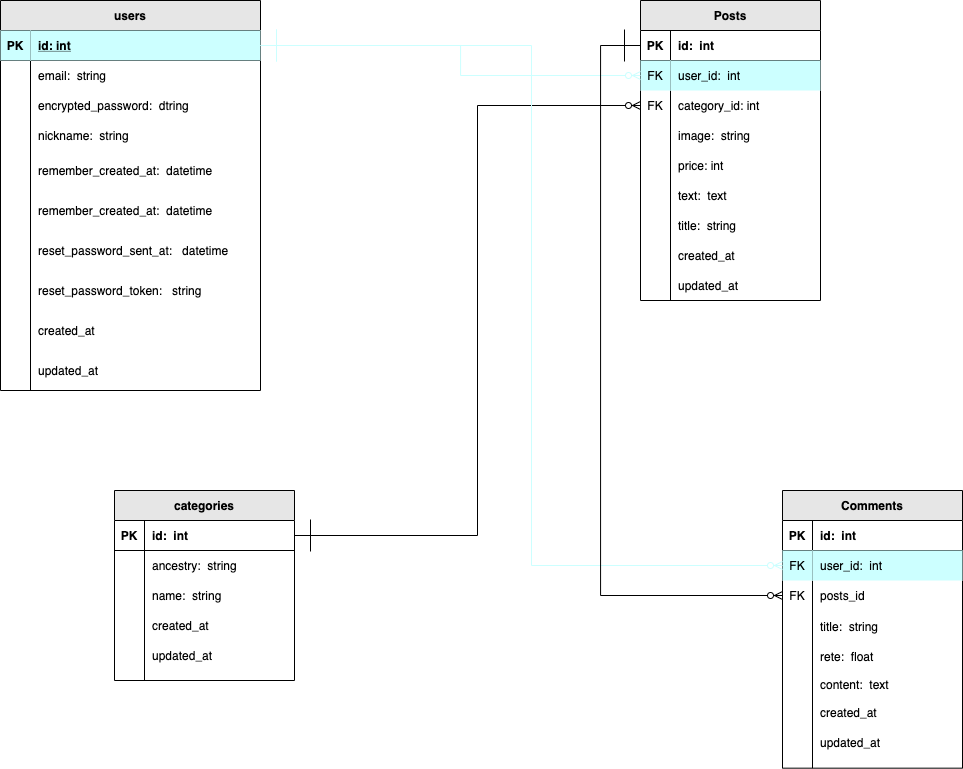
Before: public/Database.png, a diagram exported from draw.io (rotosiri-zu/pcparts). Source tidied: cells renumbered, new cells last; positions are measured from the earlier drawing's top-left corner, leaving out a move shared by most shapes.
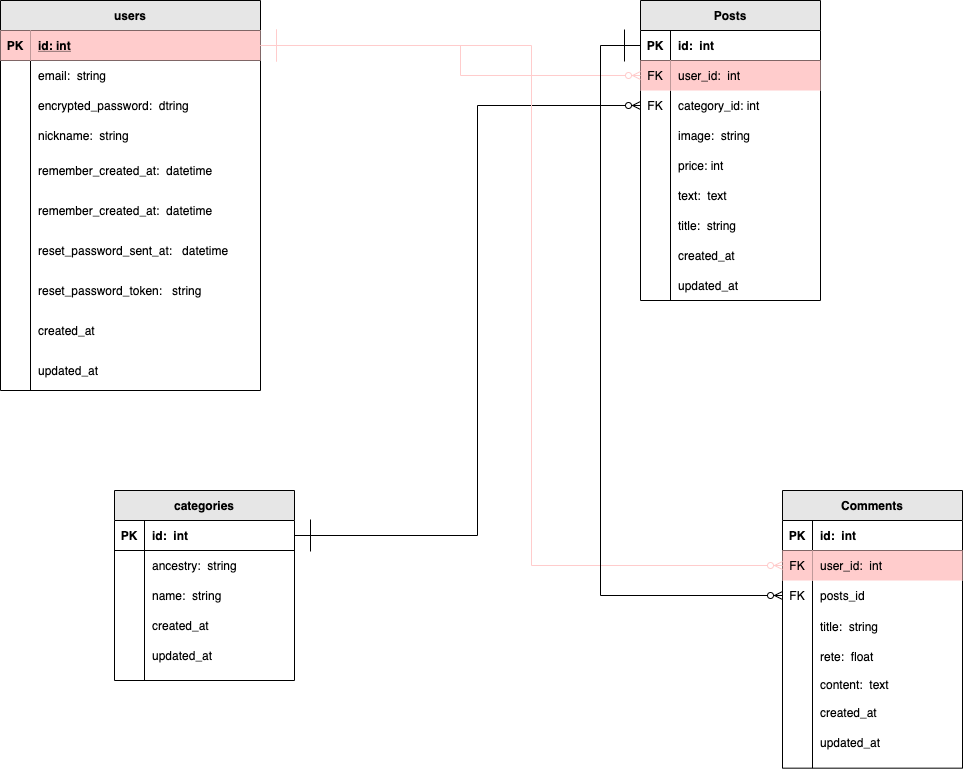
The same file after the commit.

What changed in the source:
```diff
@@ -8,10 +8,10 @@
     <mxCell id="3" style="shape=partialRectangle;top=0;left=0;bottom=1;right=0;points=[[0,0.5],[1,0.5]];portConstraint=eastwest;labelBackgroundColor=#ffffff;strokeColor=#000000;fillColor=none;" parent="2" vertex="1">
       <mxGeometry y="30" width="260" height="30" as="geometry" />
     </mxCell>
-    <mxCell id="4" value="PK" style="shape=partialRectangle;top=0;left=0;bottom=0;right=0;fontStyle=1;overflow=hidden;strokeColor=#000000;fontColor=#000000;sketch=0;strokeWidth=1;fillColor=#CCFFFF;" parent="3" vertex="1">
+    <mxCell id="4" value="PK" style="shape=partialRectangle;top=0;left=0;bottom=0;right=0;fontStyle=1;overflow=hidden;strokeColor=#000000;fontColor=#000000;sketch=0;strokeWidth=1;fillColor=#FFCCCC;" parent="3" vertex="1">
       <mxGeometry width="30" height="30" as="geometry" />
     </mxCell>
-    <mxCell id="5" value="id: int" style="shape=partialRectangle;top=0;left=0;bottom=0;right=0;align=left;spacingLeft=6;fontStyle=5;overflow=hidden;fontColor=#000000;spacingBottom=0;labelBorderColor=none;labelBackgroundColor=none;strokeColor=#000000;fillColor=#CCFFFF;" parent="3" vertex="1">
+    <mxCell id="5" value="id: int" style="shape=partialRectangle;top=0;left=0;bottom=0;right=0;align=left;spacingLeft=6;fontStyle=5;overflow=hidden;fontColor=#000000;spacingBottom=0;labelBorderColor=none;labelBackgroundColor=none;strokeColor=#000000;fillColor=#FFCCCC;" parent="3" vertex="1">
       <mxGeometry x="30" width="230" height="30" as="geometry" />
     </mxCell>
     <mxCell id="6" style="shape=partialRectangle;fillColor=none;top=0;left=0;bottom=0;right=0;strokeColor=#000000;" parent="2" vertex="1">
@@ -110,10 +110,10 @@
     <mxCell id="37" style="shape=partialRectangle;fillColor=none;top=0;left=0;bottom=0;right=0;points=[[0,0.5],[1,0.5]];portConstraint=eastwest;strokeColor=#000000;" parent="33" vertex="1">
       <mxGeometry y="60" width="180" height="30" as="geometry" />
     </mxCell>
-    <mxCell id="38" value="FK" style="shape=partialRectangle;top=0;left=0;bottom=0;right=0;overflow=hidden;strokeColor=#000000;fontColor=#000000;fillColor=#CCFFFF;" parent="37" vertex="1">
+    <mxCell id="38" value="FK" style="shape=partialRectangle;top=0;left=0;bottom=0;right=0;overflow=hidden;strokeColor=#000000;fontColor=#000000;fillColor=#FFCCCC;" parent="37" vertex="1">
       <mxGeometry width="30" height="30" as="geometry" />
     </mxCell>
-    <mxCell id="39" value="user_id:  int" style="shape=partialRectangle;top=0;left=0;bottom=0;right=0;align=left;spacingLeft=6;overflow=hidden;strokeColor=#000000;fontColor=#000000;labelBackgroundColor=none;fillColor=#CCFFFF;" parent="37" vertex="1">
+    <mxCell id="39" value="user_id:  int" style="shape=partialRectangle;top=0;left=0;bottom=0;right=0;align=left;spacingLeft=6;overflow=hidden;strokeColor=#000000;fontColor=#000000;labelBackgroundColor=none;fillColor=#FFCCCC;" parent="37" vertex="1">
       <mxGeometry x="30" width="150" height="30" as="geometry" />
     </mxCell>
     <mxCell id="40" style="shape=partialRectangle;fillColor=none;top=0;left=0;bottom=0;right=0;points=[[0,0.5],[1,0.5]];portConstraint=eastwest;strokeColor=#000000;" parent="33" vertex="1">
@@ -179,7 +179,7 @@
     <mxCell id="60" value="updated_at" style="shape=partialRectangle;fillColor=none;top=0;left=0;bottom=0;right=0;align=left;spacingLeft=6;overflow=hidden;fontColor=#000000;" parent="58" vertex="1">
       <mxGeometry x="30" width="150" height="30" as="geometry" />
     </mxCell>
-    <mxCell id="61" style="edgeStyle=orthogonalEdgeStyle;rounded=0;jettySize=auto;html=1;exitX=1;exitY=0.5;exitDx=0;exitDy=0;entryX=0;entryY=0.5;entryDx=0;entryDy=0;startSize=30;fontColor=#000000;startArrow=ERone;startFill=0;endArrow=ERzeroToMany;endFill=1;strokeColor=#CCFFFF;" parent="1" edge="1" source="3" target="37">
+    <mxCell id="61" style="edgeStyle=orthogonalEdgeStyle;rounded=0;jettySize=auto;html=1;exitX=1;exitY=0.5;exitDx=0;exitDy=0;entryX=0;entryY=0.5;entryDx=0;entryDy=0;startSize=30;fontColor=#000000;startArrow=ERone;startFill=0;endArrow=ERzeroToMany;endFill=1;strokeColor=#FFCCCC;" parent="1" edge="1" source="3" target="37">
       <mxGeometry relative="1" as="geometry" />
     </mxCell>
     <mxCell id="62" value="Comments" style="shape=table;startSize=30;rowLines=0;fontStyle=1;align=center;labelBackgroundColor=none;strokeColor=#000000;gradientColor=none;fontColor=#000000;fillColor=#E6E6E6;rounded=0;shadow=0;comic=0;sketch=0;jiggle=1;swimlaneFillColor=#ffffff;" parent="1" vertex="1">
@@ -197,10 +197,10 @@
     <mxCell id="66" style="shape=partialRectangle;fillColor=none;top=0;left=0;bottom=0;right=0;points=[[0,0.5],[1,0.5]];portConstraint=eastwest;strokeColor=#000000;" parent="62" vertex="1">
       <mxGeometry y="60" width="180" height="30" as="geometry" />
     </mxCell>
-    <mxCell id="67" value="FK" style="shape=partialRectangle;top=0;left=0;bottom=0;right=0;overflow=hidden;strokeColor=#000000;fontColor=#000000;fillColor=#CCFFFF;" parent="66" vertex="1">
+    <mxCell id="67" value="FK" style="shape=partialRectangle;top=0;left=0;bottom=0;right=0;overflow=hidden;strokeColor=#000000;fontColor=#000000;fillColor=#FFCCCC;" parent="66" vertex="1">
       <mxGeometry width="30" height="30" as="geometry" />
     </mxCell>
-    <mxCell id="68" value="user_id:  int" style="shape=partialRectangle;top=0;left=0;bottom=0;right=0;align=left;spacingLeft=6;overflow=hidden;strokeColor=#000000;fontColor=#000000;labelBackgroundColor=none;fillColor=#CCFFFF;" parent="66" vertex="1">
+    <mxCell id="68" value="user_id:  int" style="shape=partialRectangle;top=0;left=0;bottom=0;right=0;align=left;spacingLeft=6;overflow=hidden;strokeColor=#000000;fontColor=#000000;labelBackgroundColor=none;fillColor=#FFCCCC;" parent="66" vertex="1">
       <mxGeometry x="30" width="150" height="30" as="geometry" />
     </mxCell>
     <mxCell id="69" style="shape=partialRectangle;fillColor=none;top=0;left=0;bottom=0;right=0;points=[[0,0.5],[1,0.5]];portConstraint=eastwest;strokeColor=#000000;" parent="62" vertex="1">
@@ -308,7 +308,7 @@
     <mxCell id="103" style="edgeStyle=orthogonalEdgeStyle;rounded=0;jettySize=auto;html=1;entryX=0;entryY=0.5;entryDx=0;entryDy=0;startArrow=ERone;startFill=0;startSize=30;endArrow=ERzeroToMany;endFill=1;strokeColor=#000000;fontColor=#000000;" parent="1" edge="1" source="88" target="40">
       <mxGeometry relative="1" as="geometry" />
     </mxCell>
-    <mxCell id="104" style="edgeStyle=orthogonalEdgeStyle;rounded=0;jettySize=auto;html=1;exitX=1;exitY=0.5;exitDx=0;exitDy=0;entryX=0;entryY=0.5;entryDx=0;entryDy=0;startArrow=ERone;startFill=0;startSize=30;endArrow=ERzeroToMany;endFill=1;fontColor=#000000;strokeColor=#CCFFFF;" parent="1" edge="1" source="3" target="66">
+    <mxCell id="104" style="edgeStyle=orthogonalEdgeStyle;rounded=0;jettySize=auto;html=1;exitX=1;exitY=0.5;exitDx=0;exitDy=0;entryX=0;entryY=0.5;entryDx=0;entryDy=0;startArrow=ERone;startFill=0;startSize=30;endArrow=ERzeroToMany;endFill=1;fontColor=#000000;strokeColor=#FFCCCC;" parent="1" edge="1" source="3" target="66">
       <mxGeometry relative="1" as="geometry" />
     </mxCell>
     <mxCell id="105" style="edgeStyle=orthogonalEdgeStyle;rounded=0;jettySize=auto;html=1;exitX=0;exitY=0.5;exitDx=0;exitDy=0;entryX=0;entryY=0.5;entryDx=0;entryDy=0;startArrow=ERone;startFill=0;startSize=30;endArrow=ERzeroToMany;endFill=1;strokeColor=#000000;fontColor=#000000;" parent="1" edge="1" source="34" target="69">
```
